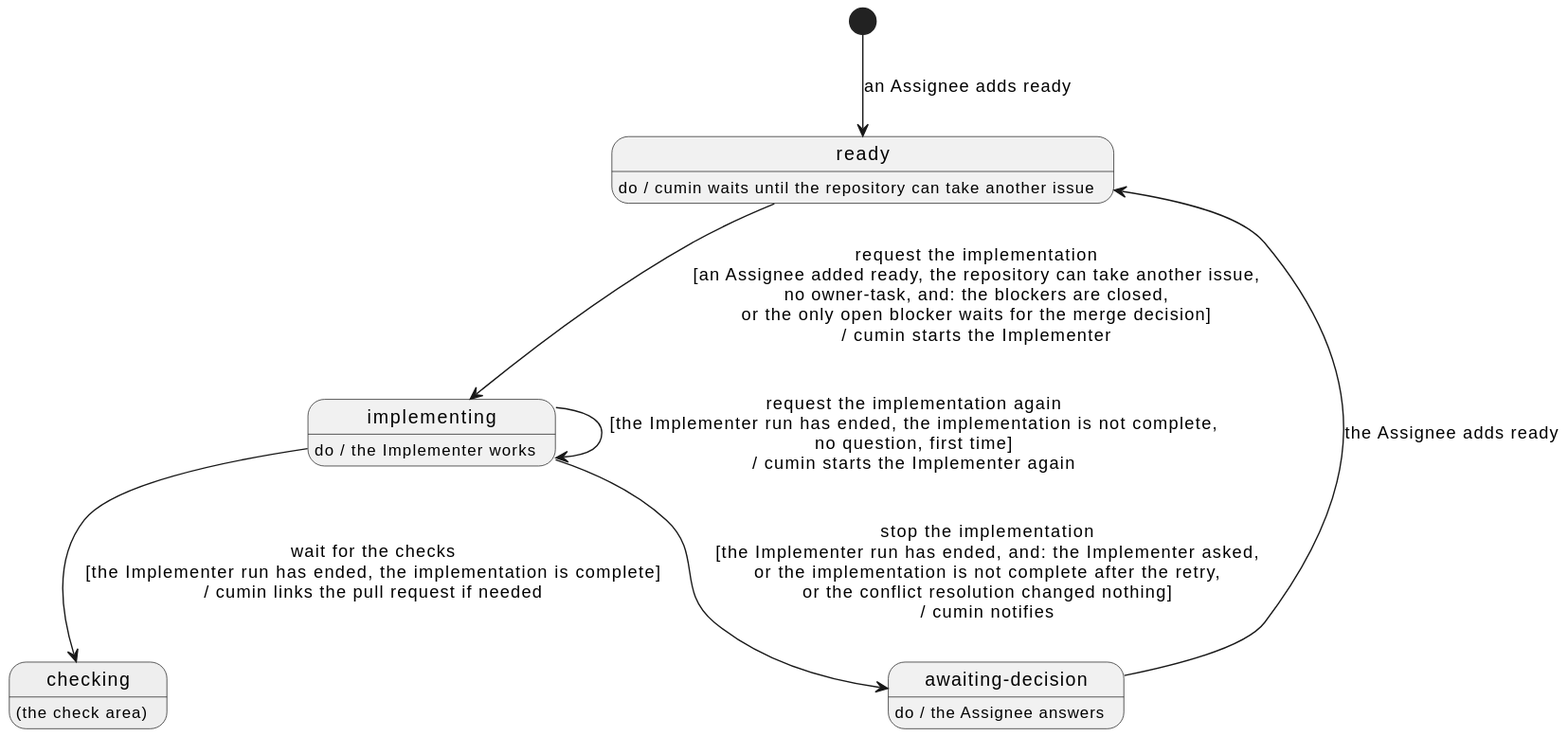
Earlier version of the PlantUML export docs/ja/requirements/impl/overview.svg (cloveclovedev/cumin-works).
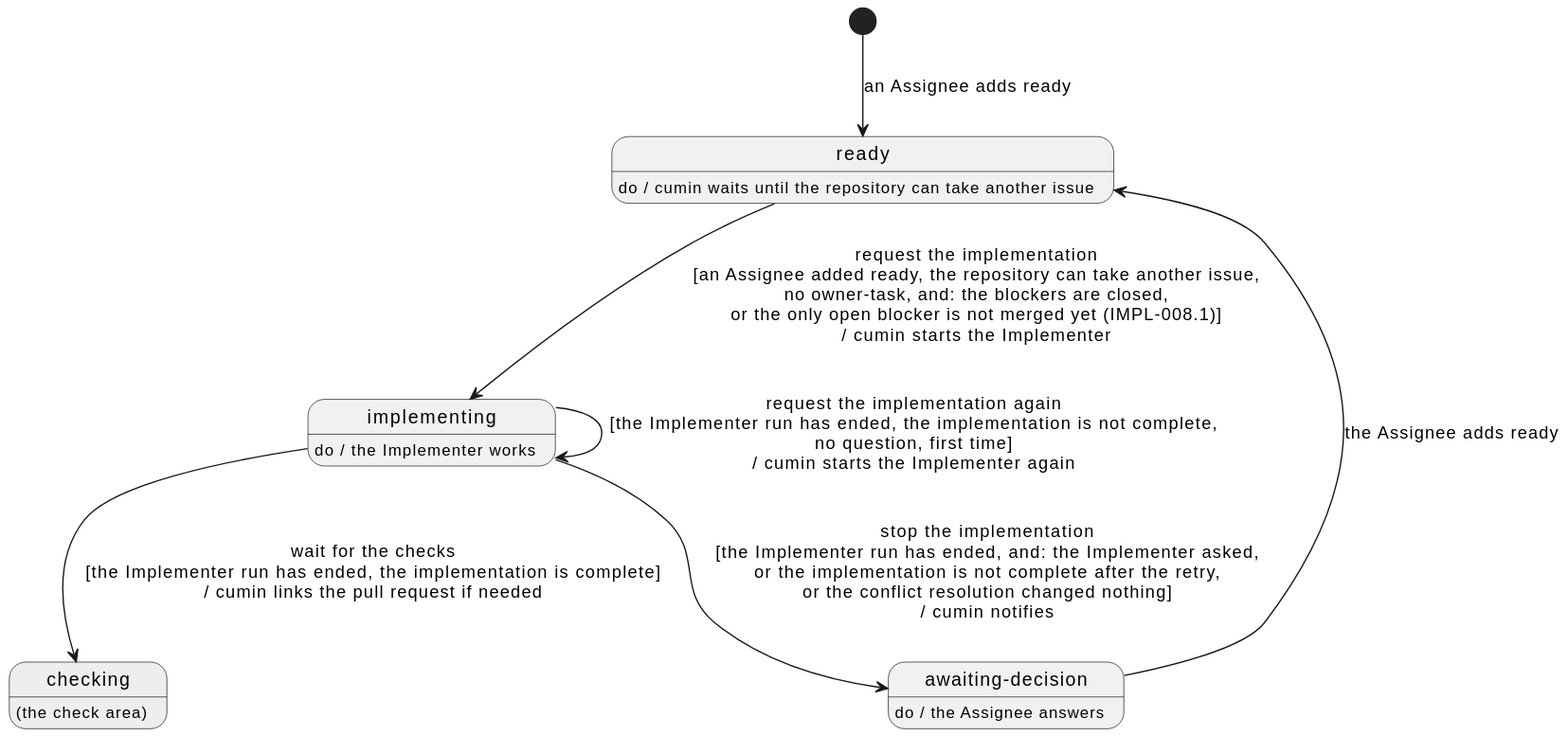
After the change.

Commit message:
docs(requirements): show in the IMPL diagram that the blocker only needs to be unmerged

Claude-Session: https://claude.ai/code/session_016tkMoo5LgDCxRanDbaD7rH

What changed in the source:
```diff
@@ -15,7 +15,7 @@
 Decision : do / the Assignee answers
 
 [*] --> Ready : an Assignee adds ready
-Ready --> Implementing : request the implementation\n[an Assignee added ready, the repository can take another issue,\nno owner-task, and: the blockers are closed,\nor the only open blocker waits for the merge decision]\n/ cumin starts the Implementer
+Ready --> Implementing : request the implementation\n[an Assignee added ready, the repository can take another issue,\nno owner-task, and: the blockers are closed,\nor the only open blocker is not merged yet (IMPL-008.1)]\n/ cumin starts the Implementer
 Implementing --> Checking : wait for the checks\n[the Implementer run has ended, the implementation is complete]\n/ cumin links the pull request if needed
 Implementing --> Implementing : request the implementation again\n[the Implementer run has ended, the implementation is not complete,\nno question, first time]\n/ cumin starts the Implementer again
 Implementing --> Decision : stop the implementation\n[the Implementer run has ended, and: the Implementer asked,\nor the implementation is not complete after the retry,\nor the conflict resolution changed nothing]\n/ cumin notifies
```
